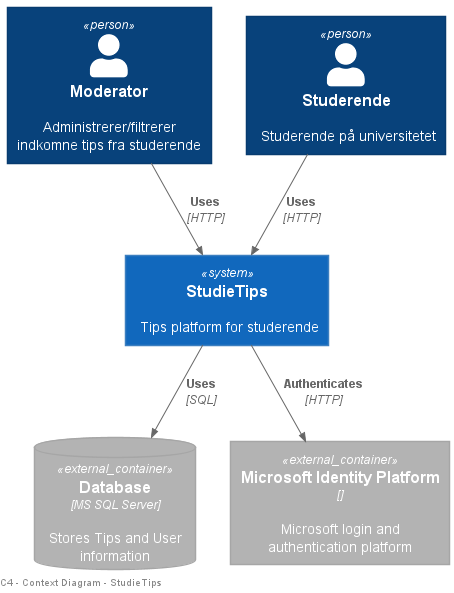
I4PRJ4/I4PRJ4-plantuml keeps this PlantUML diagram as out/C4/C4-Level1/context/System Context Diagram.png. Above is the earlier version.
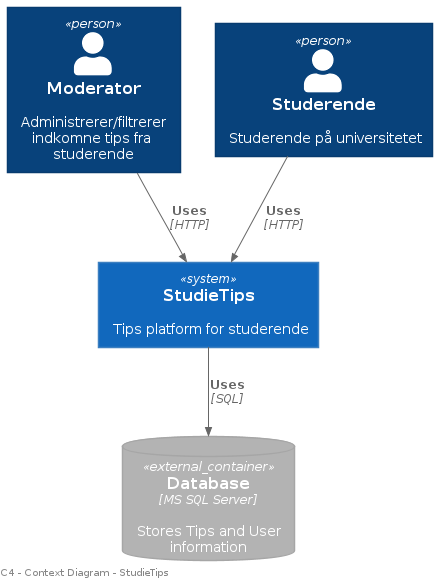
Later version of the same file.

Change to the diagram source:
```diff
@@ -9,11 +9,10 @@
 System(StudieTips, "StudieTips", "Tips platform for studerende")
 
 ContainerDb_Ext(Database, "Database","MS SQL Server","Stores Tips and User information")
-Container_Ext(MIP, "Microsoft Identity Platform",,"Microsoft login and authentication platform")
+
 
 Rel(mod, StudieTips, "Uses", "HTTP")
 Rel(student, StudieTips, "Uses", "HTTP")
 Rel(StudieTips, Database, "Uses", "SQL")
-Rel(StudieTips, MIP, "Authenticates", "HTTP")
 
 @enduml
```
